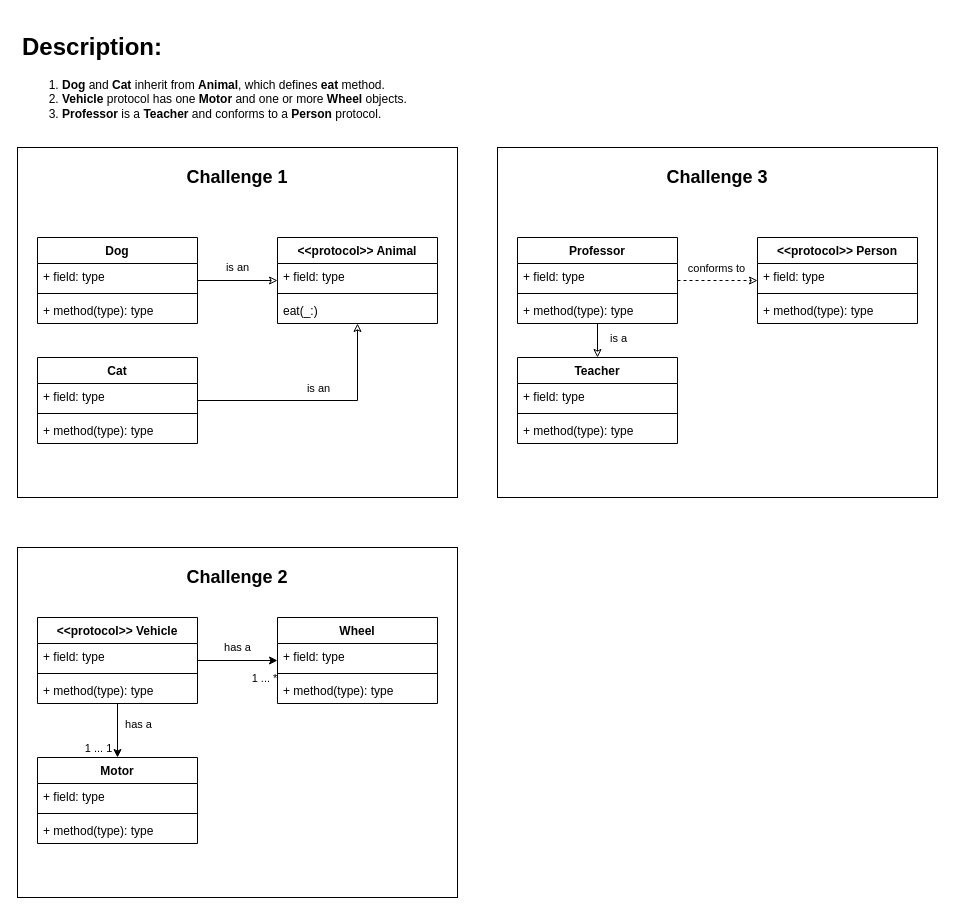
This is page "Challenge" (2 of 2) of Class Diagram.drawio from tla-trebla/Class-Diagram, a draw.io file, before an edit. Source tidied: cells renumbered, new cells numbered last; positions are measured from the earlier drawing's top-left corner, leaving out a move shared by most shapes. Both pictures are drawn from the tidied source at 100%, with x=0, y=0 at pixel (17, 27).
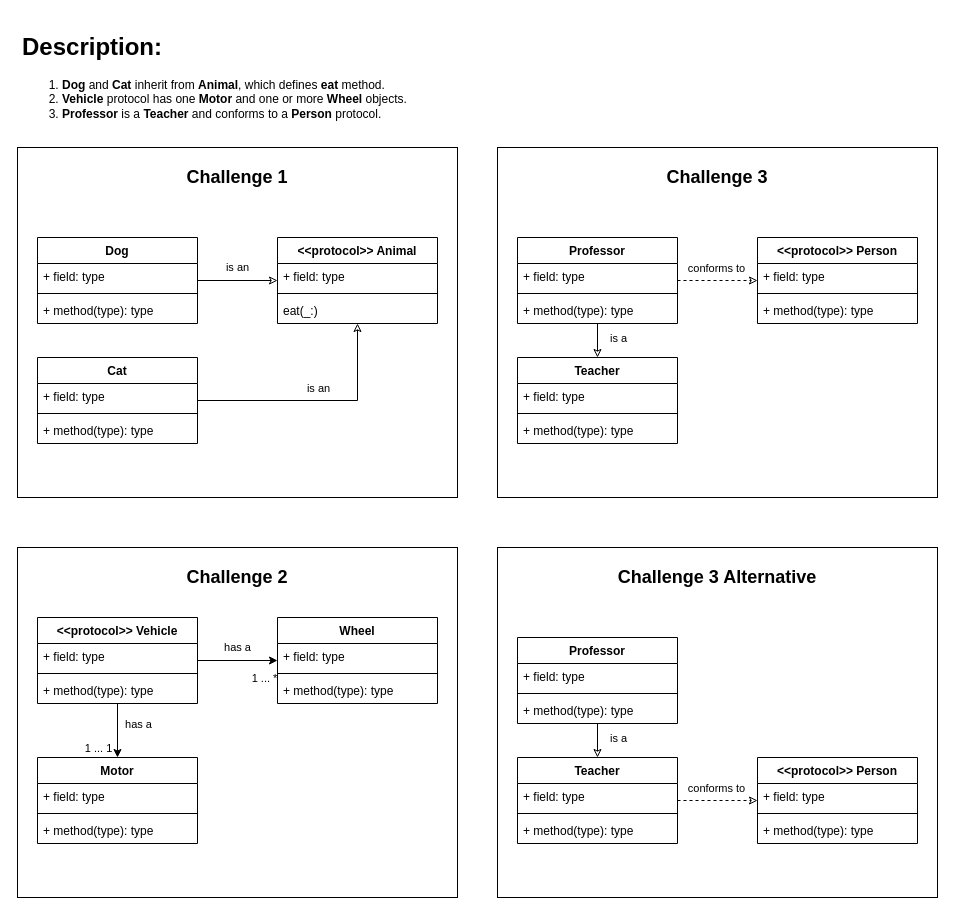
Above is the later version.

Commit message:
Updated Challenge 3 Alternative Answer.

The description of Challenge 3 are pretty ambiguous.

There's a chance if the "Professor" doesn't conform "Person" protocol class diagram, but instead the "Teacher" class diagram conforms it.

The edit, as a diff of the source:
```diff
@@
+    <mxCell id="57" style="rounded=0;whiteSpace=wrap;html=1;" parent="1" vertex="1">
+      <mxGeometry x="480" y="520" width="440" height="350" as="geometry" />
+    </mxCell>
+    <mxCell id="58" value="&lt;h2&gt;Challenge 3 Alternative&lt;/h2&gt;" style="text;html=1;strokeColor=none;fillColor=none;align=center;verticalAlign=middle;whiteSpace=wrap;rounded=0;" parent="1" vertex="1">
+      <mxGeometry x="580" y="540" width="240" height="20" as="geometry" />
+    </mxCell>
+    <mxCell id="59" style="edgeStyle=orthogonalEdgeStyle;rounded=0;jettySize=auto;html=1;endArrow=classic;endFill=0;" parent="1" edge="1" source="63" target="67">
+      <mxGeometry relative="1" as="geometry" />
+    </mxCell>
+    <mxCell id="60" value="is a" style="edgeLabel;html=1;align=center;verticalAlign=middle;" parent="59" vertex="1">
+      <mxGeometry x="-0.48" relative="1" as="geometry">
+        <mxPoint x="20" y="2" as="offset" />
+      </mxGeometry>
+    </mxCell>
+    <mxCell id="61" style="edgeStyle=orthogonalEdgeStyle;rounded=0;jettySize=auto;html=1;endArrow=classic;endFill=0;dashed=1;" parent="1" edge="1" source="67" target="71">
+      <mxGeometry relative="1" as="geometry" />
+    </mxCell>
+    <mxCell id="62" value="conforms to" style="edgeLabel;html=1;align=center;verticalAlign=middle;" parent="61" vertex="1">
+      <mxGeometry x="-0.06" y="-1" relative="1" as="geometry">
+        <mxPoint y="-14" as="offset" />
+      </mxGeometry>
+    </mxCell>
+    <mxCell id="63" value="Professor" style="swimlane;fontStyle=1;align=center;verticalAlign=top;horizontal=1;startSize=26;" parent="1" vertex="1">
+      <mxGeometry x="500" y="610" width="160" height="86" as="geometry" />
+    </mxCell>
+    <mxCell id="64" value="+ field: type" style="text;strokeColor=none;fillColor=none;align=left;verticalAlign=top;spacingLeft=4;spacingRight=4;overflow=hidden;" parent="63" vertex="1">
+      <mxGeometry y="26" width="160" height="26" as="geometry" />
+    </mxCell>
+    <mxCell id="65" style="line;strokeWidth=1;fillColor=none;align=left;verticalAlign=middle;spacingTop=-1;spacingLeft=3;spacingRight=3;labelPosition=right;" parent="63" vertex="1">
+      <mxGeometry y="52" width="160" height="8" as="geometry" />
+    </mxCell>
+    <mxCell id="66" value="+ method(type): type" style="text;strokeColor=none;fillColor=none;align=left;verticalAlign=top;spacingLeft=4;spacingRight=4;overflow=hidden;" parent="63" vertex="1">
+      <mxGeometry y="60" width="160" height="26" as="geometry" />
+    </mxCell>
+    <mxCell id="67" value="Teacher" style="swimlane;fontStyle=1;align=center;verticalAlign=top;horizontal=1;startSize=26;" parent="1" vertex="1">
+      <mxGeometry x="500" y="730" width="160" height="86" as="geometry" />
+    </mxCell>
+    <mxCell id="68" value="+ field: type" style="text;strokeColor=none;fillColor=none;align=left;verticalAlign=top;spacingLeft=4;spacingRight=4;overflow=hidden;" parent="67" vertex="1">
+      <mxGeometry y="26" width="160" height="26" as="geometry" />
+    </mxCell>
+    <mxCell id="69" style="line;strokeWidth=1;fillColor=none;align=left;verticalAlign=middle;spacingTop=-1;spacingLeft=3;spacingRight=3;labelPosition=right;" parent="67" vertex="1">
+      <mxGeometry y="52" width="160" height="8" as="geometry" />
+    </mxCell>
+    <mxCell id="70" value="+ method(type): type" style="text;strokeColor=none;fillColor=none;align=left;verticalAlign=top;spacingLeft=4;spacingRight=4;overflow=hidden;" parent="67" vertex="1">
+      <mxGeometry y="60" width="160" height="26" as="geometry" />
+    </mxCell>
+    <mxCell id="71" value="&lt;&lt;protocol&gt;&gt; Person" style="swimlane;fontStyle=1;align=center;verticalAlign=top;horizontal=1;startSize=26;" parent="1" vertex="1">
+      <mxGeometry x="740" y="730" width="160" height="86" as="geometry" />
+    </mxCell>
+    <mxCell id="72" value="+ field: type" style="text;strokeColor=none;fillColor=none;align=left;verticalAlign=top;spacingLeft=4;spacingRight=4;overflow=hidden;" parent="71" vertex="1">
+      <mxGeometry y="26" width="160" height="26" as="geometry" />
+    </mxCell>
+    <mxCell id="73" style="line;strokeWidth=1;fillColor=none;align=left;verticalAlign=middle;spacingTop=-1;spacingLeft=3;spacingRight=3;labelPosition=right;" parent="71" vertex="1">
+      <mxGeometry y="52" width="160" height="8" as="geometry" />
+    </mxCell>
+    <mxCell id="74" value="+ method(type): type" style="text;strokeColor=none;fillColor=none;align=left;verticalAlign=top;spacingLeft=4;spacingRight=4;overflow=hidden;" parent="71" vertex="1">
+      <mxGeometry y="60" width="160" height="26" as="geometry" />
+    </mxCell>
```
